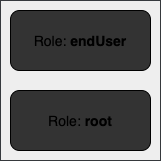
The draw.io diagram src/Images/drawio-images/role.drawio.png in fluree/to-do-lists-generator, before a commit. Source tidied: cells renumbered, new cells last; positions are measured from the earlier drawing's top-left corner, leaving out a move shared by most shapes.
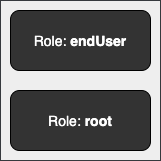
Above is the later version.

Commit message:
font color change

The edit, as a diff of the source:
```diff
@@ -8,13 +8,13 @@
     <mxCell id="3" style="rounded=1;whiteSpace=wrap;html=1;fillColor=#333333;" parent="1" vertex="1">
       <mxGeometry x="10" y="10" width="140" height="60" as="geometry" />
     </mxCell>
-    <mxCell id="4" value="&lt;font style=&quot;font-size: 14px&quot;&gt;Role: &lt;b&gt;endUser&lt;/b&gt;&lt;/font&gt;" style="text;html=1;strokeColor=none;fillColor=none;align=center;verticalAlign=middle;whiteSpace=wrap;rounded=0;" parent="1" vertex="1">
+    <mxCell id="4" value="&lt;font style=&quot;font-size: 14px&quot;&gt;Role: &lt;b&gt;endUser&lt;/b&gt;&lt;/font&gt;" style="text;html=1;strokeColor=none;fillColor=none;align=center;verticalAlign=middle;whiteSpace=wrap;rounded=0;fontColor=#FFFFFF;" parent="1" vertex="1">
       <mxGeometry x="25" y="30" width="110" height="20" as="geometry" />
     </mxCell>
     <mxCell id="5" style="rounded=1;whiteSpace=wrap;html=1;fillColor=#333333;" parent="1" vertex="1">
       <mxGeometry x="10" y="90" width="140" height="60" as="geometry" />
     </mxCell>
-    <mxCell id="6" value="&lt;font style=&quot;font-size: 14px&quot;&gt;Role: &lt;b&gt;root&lt;/b&gt;&lt;/font&gt;" style="text;html=1;strokeColor=none;fillColor=none;align=center;verticalAlign=middle;whiteSpace=wrap;rounded=0;" parent="1" vertex="1">
+    <mxCell id="6" value="&lt;font style=&quot;font-size: 14px&quot;&gt;Role: &lt;b&gt;root&lt;/b&gt;&lt;/font&gt;" style="text;html=1;strokeColor=none;fillColor=none;align=center;verticalAlign=middle;whiteSpace=wrap;rounded=0;fontColor=#FFFFFF;" parent="1" vertex="1">
       <mxGeometry x="25" y="110" width="110" height="20" as="geometry" />
     </mxCell>
   </root>
```
